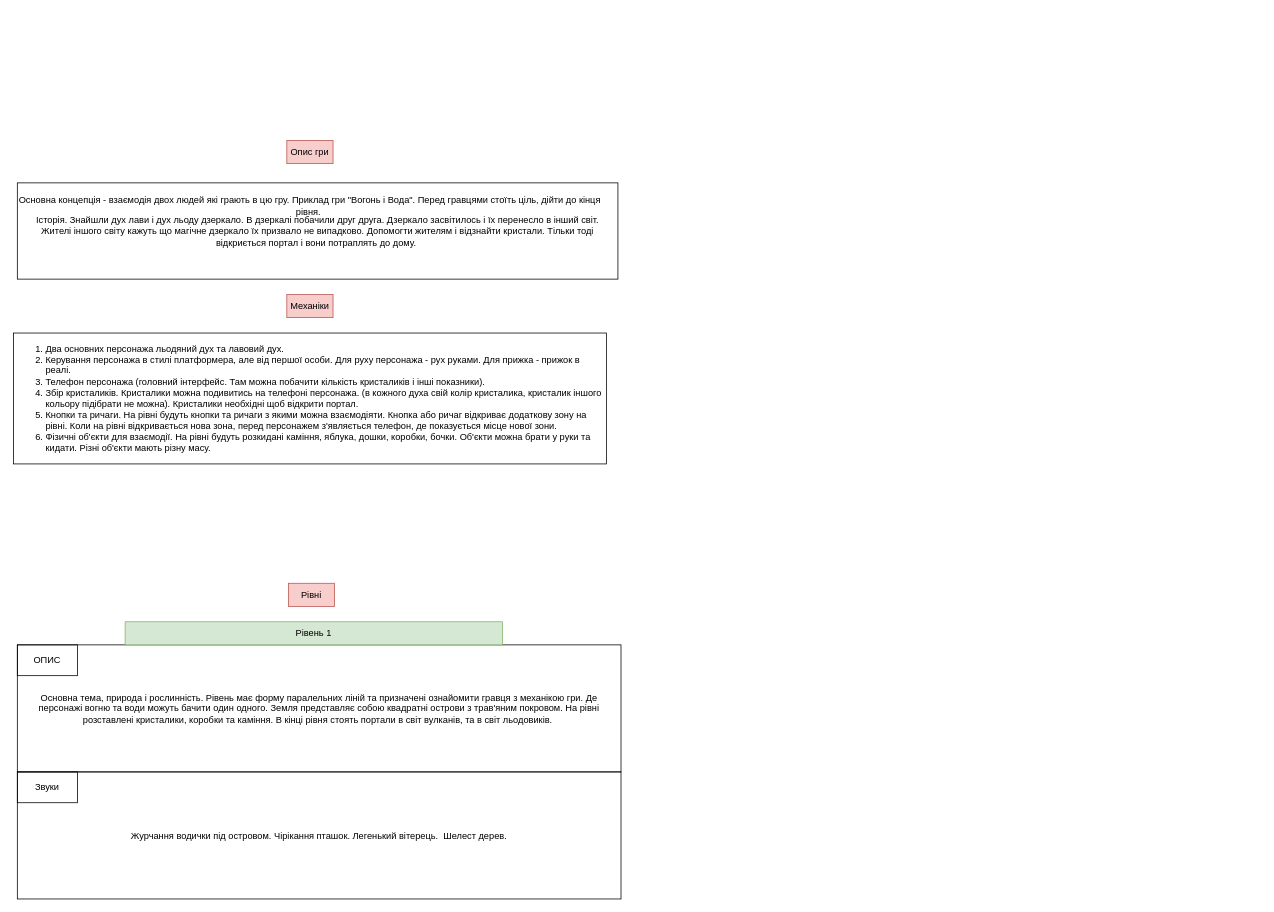
Earlier version of the draw.io diagram page "Lore" (2 of 2) of Assets/DesignDoc/Design Document.drawio (NSmocker/Lava-and-Ice). Source tidied: cells renumbered, new cells numbered last; positions are measured from the earlier drawing's top-left corner, leaving out a move shared by most shapes. Both pictures are drawn from the tidied source at 77%, with x=0, y=0 at pixel (13, 140).
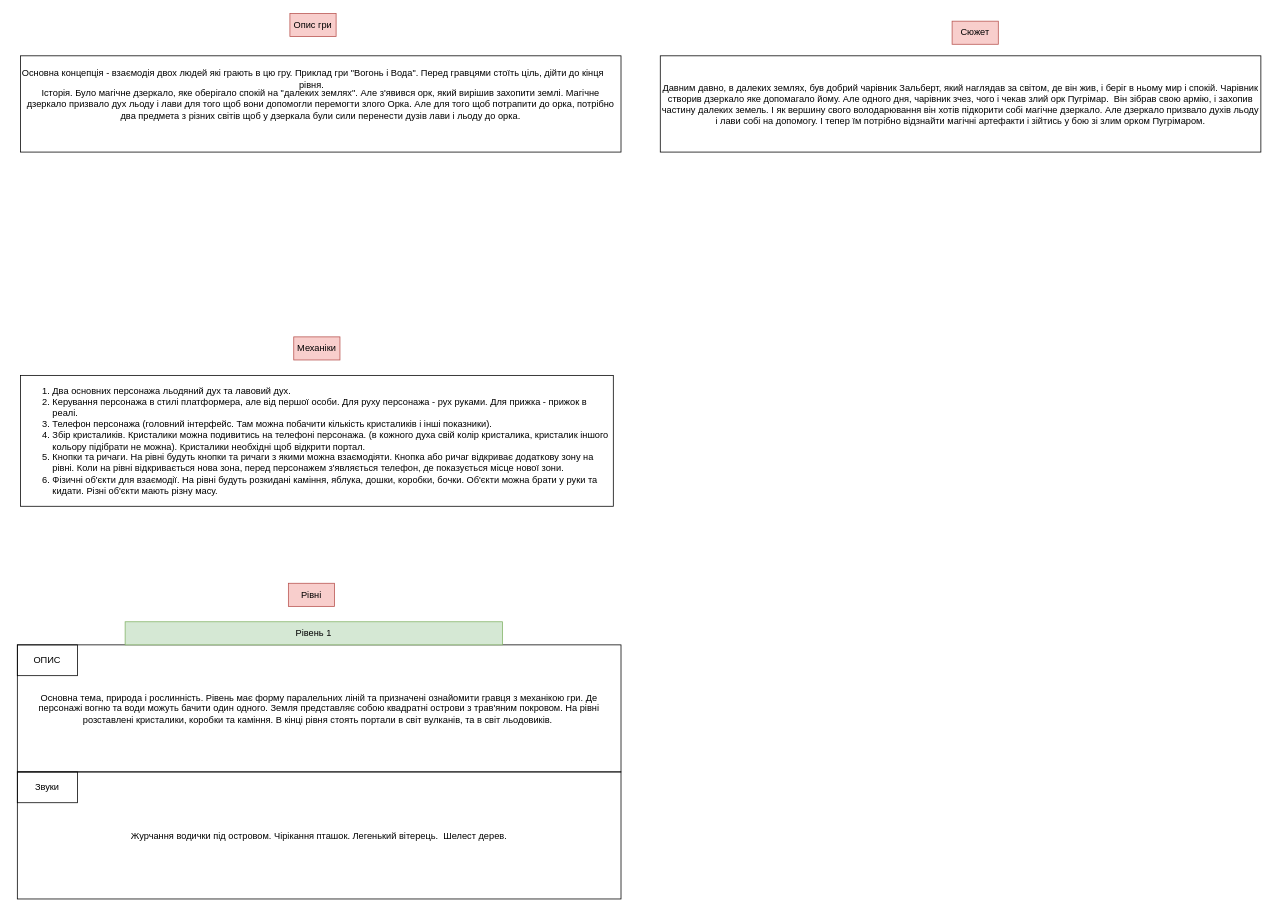
After the change.

What changed in the source:
```diff
@@
 <mxGraphModel>
   <root>
     <mxCell id="0" />
     <mxCell id="1" parent="0" />
     <mxCell id="2" value="Опис гри&lt;br&gt;" style="text;html=1;strokeColor=#b85450;fillColor=#f8cecc;align=center;verticalAlign=middle;whiteSpace=wrap;rounded=0;" parent="1" vertex="1">
-      <mxGeometry x="355" width="60" height="30" as="geometry" />
+      <mxGeometry x="359" y="-165" width="60" height="30" as="geometry" />
     </mxCell>
     <mxCell id="3" value="Основна концепція - взаємодія двох людей які грають в цю гру. Приклад гри &quot;Вогонь і Вода&quot;. Перед гравцями стоїть ціль, дійти до кінця рівня.&amp;nbsp;" style="text;html=1;strokeColor=none;fillColor=none;align=center;verticalAlign=middle;whiteSpace=wrap;rounded=0;" parent="1" vertex="1">
-      <mxGeometry y="40" width="770" height="90" as="geometry" />
+      <mxGeometry x="4" y="-125" width="770" height="90" as="geometry" />
     </mxCell>
-    <mxCell id="4" value="Історія. Знайшли дух лави і дух льоду дзеркало. В дзеркалі побачили друг друга. Дзеркало засвітилось і їх перенесло в інший світ.&lt;br&gt;Жителі іншого світу кажуть що магічне дзеркало їх призвало не випадково. Допомогти жителям і відзнайти кристали. Тільки тоді відкриється портал і вони потраплять до дому.&amp;nbsp;" style="rounded=0;whiteSpace=wrap;html=1;fillColor=none;" parent="1" vertex="1">
-      <mxGeometry x="5" y="55" width="780" height="125" as="geometry" />
+    <mxCell id="4" value="Історія. Було магічне дзеркало, яке оберігало спокій на &quot;далеких землях&quot;. Але з'явився орк, який вирішив захопити землі. Магічне дзеркало призвало дух льоду і лави для того щоб вони допомогли перемогти злого Орка. Але для того щоб потрапити до орка, потрібно два предмета з різних світів щоб у дзеркала були сили перенести дузів лави і льоду до орка." style="rounded=0;whiteSpace=wrap;html=1;fillColor=none;" parent="1" vertex="1">
+      <mxGeometry x="9" y="-110" width="780" height="125" as="geometry" />
     </mxCell>
     <mxCell id="5" value="Механіки" style="text;html=1;strokeColor=#b85450;fillColor=#f8cecc;align=center;verticalAlign=middle;whiteSpace=wrap;rounded=0;" parent="1" vertex="1">
-      <mxGeometry x="355" y="200" width="60" height="30" as="geometry" />
+      <mxGeometry x="364" y="255" width="60" height="30" as="geometry" />
     </mxCell>
     <mxCell id="6" value="&lt;ol&gt;&lt;li&gt;Два основних персонажа льодяний дух та лавовий дух.&amp;nbsp;&lt;/li&gt;&lt;li&gt;Керування персонажа в стилі платформера, але від першої особи. Для руху персонажа - рух руками. Для прижка - прижок в реалі.&lt;/li&gt;&lt;li&gt;Телефон персонажа (головний інтерфейс. Там можна побачити кількість кристаликів і інші показники).&lt;/li&gt;&lt;li&gt;Збір кристаликів. Кристалики можна подивитись на телефоні персонажа. (в кожного духа свій колір кристалика, кристалик іншого кольору підібрати не можна). Кристалики необхідні щоб відкрити портал.&lt;/li&gt;&lt;li&gt;Кнопки та ричаги. На рівні будуть кнопки та ричаги з якими можна взаємодіяти. Кнопка або ричаг відкриває додаткову зону на рівні. Коли на рівні відкривається нова зона, перед персонажем з'являється телефон, де показується місце нової зони.&lt;/li&gt;&lt;li&gt;Фізичні об'єкти для взаємодії. На рівні будуть розкидані каміння, яблука, дошки, коробки, бочки. Об'єкти можна брати у руки та кидати. Різні об'єкти мають різну масу.&lt;/li&gt;&lt;/ol&gt;" style="text;html=1;strokeColor=default;fillColor=none;align=left;verticalAlign=middle;whiteSpace=wrap;rounded=0;" parent="1" vertex="1">
-      <mxGeometry y="250" width="770" height="170" as="geometry" />
+      <mxGeometry x="9" y="305" width="770" height="170" as="geometry" />
     </mxCell>
     <mxCell id="7" value="Рівні" style="text;html=1;strokeColor=#b85450;fillColor=#f8cecc;align=center;verticalAlign=middle;whiteSpace=wrap;rounded=0;" parent="1" vertex="1">
       <mxGeometry x="357" y="575" width="60" height="30" as="geometry" />
     </mxCell>
     <mxCell id="8" value="Основна тема, природа і рослинність. Рівень має форму паралельних ліній та призначені ознайомити гравця з механікою гри. Де персонажі вогню та води можуть бачити один одного. Земля представляє собою квадратні острови з трав'яним покровом. На рівні розставлені кристалики, коробки та каміння. В кінці рівня стоять портали в світ вулканів, та в світ льодовиків.&amp;nbsp;" style="rounded=0;whiteSpace=wrap;html=1;fillColor=none;" parent="1" vertex="1">
       <mxGeometry x="5" y="655" width="784" height="165" as="geometry" />
     </mxCell>
     <mxCell id="9" value="Рівень 1" style="text;html=1;strokeColor=#82b366;fillColor=#d5e8d4;align=center;verticalAlign=middle;whiteSpace=wrap;rounded=0;" parent="1" vertex="1">
       <mxGeometry x="145" y="625" width="490" height="30" as="geometry" />
     </mxCell>
     <mxCell id="10" value="ОПИС" style="rounded=0;whiteSpace=wrap;html=1;fillColor=none;" parent="1" vertex="1">
       <mxGeometry x="5" y="655" width="78" height="40" as="geometry" />
     </mxCell>
     <mxCell id="11" value="Журчання водички під островом. Чірікання пташок. Легенький вітерець.&amp;nbsp; Шелест дерев." style="rounded=0;whiteSpace=wrap;html=1;fillColor=none;" parent="1" vertex="1">
       <mxGeometry x="5" y="820" width="784" height="165" as="geometry" />
     </mxCell>
     <mxCell id="12" value="Звуки" style="rounded=0;whiteSpace=wrap;html=1;fillColor=none;" parent="1" vertex="1">
       <mxGeometry x="5" y="820" width="78" height="40" as="geometry" />
     </mxCell>
+    <mxCell id="13" value="Сюжет" style="text;html=1;strokeColor=#b85450;fillColor=#f8cecc;align=center;verticalAlign=middle;whiteSpace=wrap;rounded=0;" parent="1" vertex="1">
+      <mxGeometry x="1219" y="-155" width="60" height="30" as="geometry" />
+    </mxCell>
+    <mxCell id="14" value="Давним давно, в далеких землях, був добрий чарівник Зальберт, який наглядав за світом, де він жив, і беріг в ньому мир і спокій. Чарівник створив дзеркало яке допомагало йому. Але одного дня, чарівник зчез, чого і чекав злий орк Пугрімар.&amp;nbsp; Він зібрав свою армію, і захопив частину далеких земель. І як вершину свого володарювання він хотів підкорити собі магічне дзеркало. Але дзеркало призвало духів льоду і лави собі на допомогу. І тепер їм потрібно відзнайти магічні артефакти і зійтись у бою зі злим орком Пугрімаром." style="rounded=0;whiteSpace=wrap;html=1;fillColor=none;" parent="1" vertex="1">
+      <mxGeometry x="840" y="-110" width="780" height="125" as="geometry" />
+    </mxCell>
   </root>
 </mxGraphModel>
```
